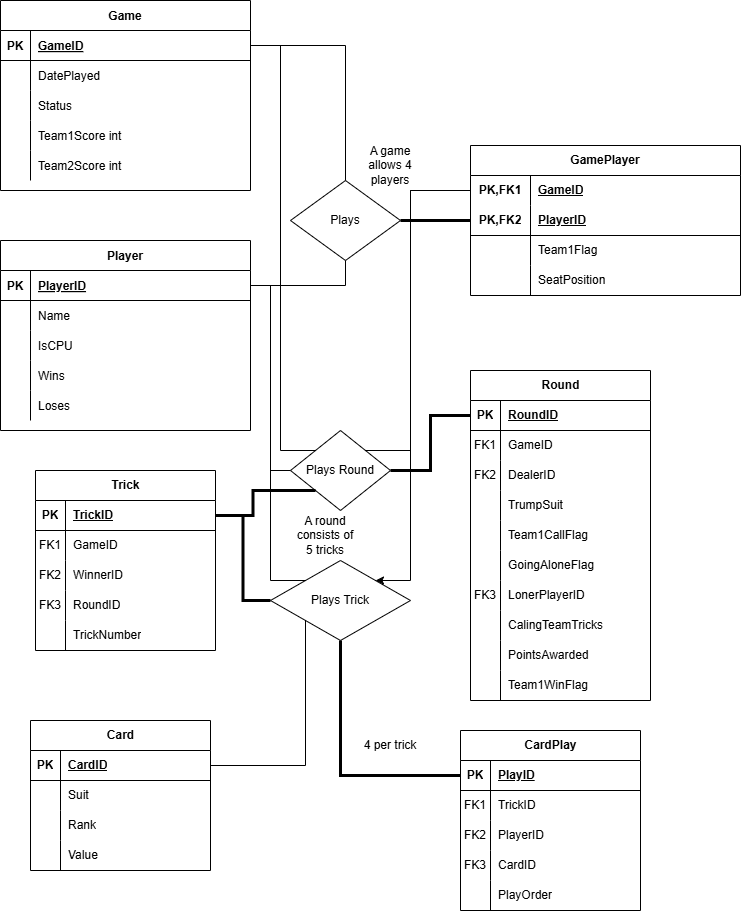
Before: docs/erd_and_schema.png, a diagram exported from draw.io (warrenlc-uc/warrenlc-final-euchre). Source tidied: cells renumbered, new cells last; positions are measured from the earlier drawing's top-left corner, leaving out a move shared by most shapes.
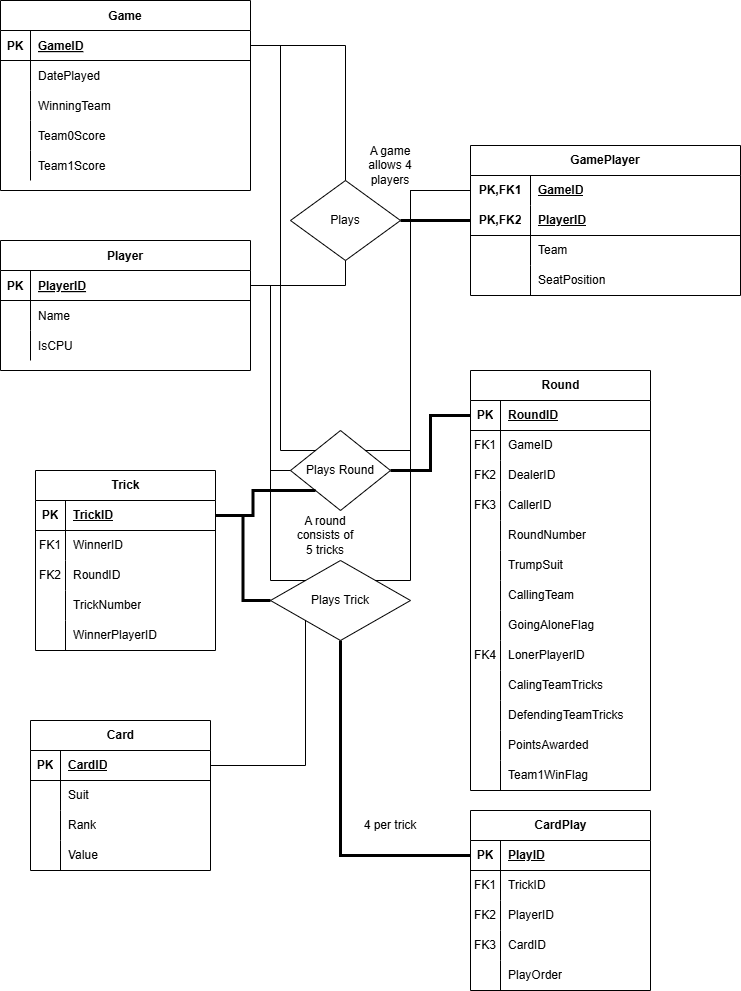
The same diagram one commit later.

Commit message:
Updated ERD and Schema

What changed in the source:
```diff
@@ -3,7 +3,7 @@
     <mxCell id="0" />
     <mxCell id="1" parent="0" />
     <mxCell id="2" value="CardPlay" style="shape=table;startSize=30;rowLines=0;fontStyle=1;align=center;html=1;" parent="1" vertex="1">
-      <mxGeometry x="460" y="730" width="180" height="180" as="geometry" />
+      <mxGeometry x="470" y="810" width="180" height="180" as="geometry" />
     </mxCell>
     <mxCell id="3" style="shape=tableRow;horizontal=0;startSize=0;swimlaneHead=0;swimlaneBody=0;fillColor=none;points=[[0,0.5],[1,0.5]];portConstraint=eastwest;top=0;left=0;right=0;bottom=1;" parent="2" vertex="1">
       <mxGeometry y="30" width="180" height="30" as="geometry" />
@@ -77,7 +77,7 @@
     <mxCell id="26" style="shape=partialRectangle;overflow=hidden;fillColor=none;top=0;left=0;bottom=0;right=0;" parent="25" vertex="1">
       <mxGeometry width="30" height="30" as="geometry" />
     </mxCell>
-    <mxCell id="27" value="Status" style="shape=partialRectangle;overflow=hidden;fillColor=none;top=0;left=0;bottom=0;right=0;align=left;spacingLeft=6;" parent="25" vertex="1">
+    <mxCell id="27" value="WinningTeam" style="shape=partialRectangle;overflow=hidden;fillColor=none;top=0;left=0;bottom=0;right=0;align=left;spacingLeft=6;" parent="25" vertex="1">
       <mxGeometry x="30" width="220" height="30" as="geometry" />
     </mxCell>
     <mxCell id="28" style="shape=partialRectangle;fillColor=none;top=0;left=0;right=0;bottom=0;" parent="18" vertex="1">
@@ -86,7 +86,7 @@
     <mxCell id="29" style="shape=partialRectangle;overflow=hidden;fillColor=none;top=0;left=0;bottom=0;right=0;" parent="28" vertex="1">
       <mxGeometry width="30" height="30" as="geometry" />
     </mxCell>
-    <mxCell id="30" value="Team1Score int" style="shape=partialRectangle;overflow=hidden;fillColor=none;top=0;left=0;bottom=0;right=0;align=left;spacingLeft=6;" parent="28" vertex="1">
+    <mxCell id="30" value="Team0Score" style="shape=partialRectangle;overflow=hidden;fillColor=none;top=0;left=0;bottom=0;right=0;align=left;spacingLeft=6;" parent="28" vertex="1">
       <mxGeometry x="30" width="220" height="30" as="geometry" />
     </mxCell>
     <mxCell id="31" style="shape=partialRectangle;fillColor=none;top=0;left=0;right=0;bottom=0;" parent="18" vertex="1">
@@ -95,11 +95,11 @@
     <mxCell id="32" style="shape=partialRectangle;overflow=hidden;fillColor=none;top=0;left=0;bottom=0;right=0;" parent="31" vertex="1">
       <mxGeometry width="30" height="30" as="geometry" />
     </mxCell>
-    <mxCell id="33" value="Team2Score int" style="shape=partialRectangle;overflow=hidden;fillColor=none;top=0;left=0;bottom=0;right=0;align=left;spacingLeft=6;" parent="31" vertex="1">
+    <mxCell id="33" value="Team1Score" style="shape=partialRectangle;overflow=hidden;fillColor=none;top=0;left=0;bottom=0;right=0;align=left;spacingLeft=6;" parent="31" vertex="1">
       <mxGeometry x="30" width="220" height="30" as="geometry" />
     </mxCell>
     <mxCell id="34" value="Player" style="shape=table;startSize=30;rowLines=0;fontStyle=1;align=center;" parent="1" vertex="1">
-      <mxGeometry y="240" width="250" height="190" as="geometry" />
+      <mxGeometry y="240" width="250" height="130" as="geometry" />
     </mxCell>
     <mxCell id="35" style="shape=partialRectangle;fillColor=none;points=[[0,0.5],[1,0.5]];portConstraint=eastwest;top=0;left=0;right=0;bottom=1;" parent="34" vertex="1">
       <mxGeometry y="30" width="250" height="30" as="geometry" />
@@ -128,24 +128,6 @@
     <mxCell id="43" value="IsCPU" style="shape=partialRectangle;overflow=hidden;fillColor=none;top=0;left=0;bottom=0;right=0;align=left;spacingLeft=6;" parent="41" vertex="1">
       <mxGeometry x="30" width="220" height="30" as="geometry" />
     </mxCell>
-    <mxCell id="44" style="shape=partialRectangle;fillColor=none;top=0;left=0;right=0;bottom=0;" parent="34" vertex="1">
-      <mxGeometry y="120" width="250" height="30" as="geometry" />
-    </mxCell>
-    <mxCell id="45" style="shape=partialRectangle;overflow=hidden;fillColor=none;top=0;left=0;bottom=0;right=0;" parent="44" vertex="1">
-      <mxGeometry width="30" height="30" as="geometry" />
-    </mxCell>
-    <mxCell id="46" value="Wins" style="shape=partialRectangle;overflow=hidden;fillColor=none;top=0;left=0;bottom=0;right=0;align=left;spacingLeft=6;" parent="44" vertex="1">
-      <mxGeometry x="30" width="220" height="30" as="geometry" />
-    </mxCell>
-    <mxCell id="47" style="shape=partialRectangle;fillColor=none;top=0;left=0;right=0;bottom=0;" parent="34" vertex="1">
-      <mxGeometry y="150" width="250" height="30" as="geometry" />
-    </mxCell>
-    <mxCell id="48" style="shape=partialRectangle;overflow=hidden;fillColor=none;top=0;left=0;bottom=0;right=0;" parent="47" vertex="1">
-      <mxGeometry width="30" height="30" as="geometry" />
-    </mxCell>
-    <mxCell id="49" value="Loses" style="shape=partialRectangle;overflow=hidden;fillColor=none;top=0;left=0;bottom=0;right=0;align=left;spacingLeft=6;" parent="47" vertex="1">
-      <mxGeometry x="30" width="220" height="30" as="geometry" />
-    </mxCell>
     <mxCell id="50" value="Trick" style="shape=table;startSize=30;rowLines=0;fontStyle=1;align=center;html=1;" parent="1" vertex="1">
       <mxGeometry x="35" y="470" width="180" height="180" as="geometry" />
     </mxCell>
@@ -158,35 +140,26 @@
     <mxCell id="53" value="TrickID" style="shape=partialRectangle;fillColor=none;top=0;left=0;bottom=0;right=0;align=left;spacingLeft=6;fontStyle=5;overflow=hidden;whiteSpace=wrap;html=1;" parent="51" vertex="1">
       <mxGeometry x="30" width="150" height="30" as="geometry" />
     </mxCell>
-    <mxCell id="54" style="shape=tableRow;horizontal=0;startSize=0;swimlaneHead=0;swimlaneBody=0;fillColor=none;top=0;left=0;right=0;bottom=0;" parent="50" vertex="1">
-      <mxGeometry y="60" width="180" height="30" as="geometry" />
-    </mxCell>
-    <mxCell id="55" value="FK1" style="shape=partialRectangle;fillColor=none;top=0;left=0;bottom=0;right=0;overflow=hidden;whiteSpace=wrap;html=1;" parent="54" vertex="1">
-      <mxGeometry width="30" height="30" as="geometry" />
-    </mxCell>
-    <mxCell id="56" value="GameID" style="shape=partialRectangle;fillColor=none;top=0;left=0;bottom=0;right=0;align=left;spacingLeft=6;overflow=hidden;whiteSpace=wrap;html=1;" parent="54" vertex="1">
-      <mxGeometry x="30" width="150" height="30" as="geometry" />
-    </mxCell>
     <mxCell id="57" style="shape=tableRow;horizontal=0;startSize=0;swimlaneHead=0;swimlaneBody=0;fillColor=none;top=0;left=0;right=0;bottom=0;" parent="50" vertex="1">
-      <mxGeometry y="90" width="180" height="30" as="geometry" />
+      <mxGeometry y="60" width="180" height="30" as="geometry" />
     </mxCell>
-    <mxCell id="58" value="FK2" style="shape=partialRectangle;fillColor=none;top=0;left=0;bottom=0;right=0;overflow=hidden;whiteSpace=wrap;html=1;" parent="57" vertex="1">
+    <mxCell id="58" value="FK1" style="shape=partialRectangle;fillColor=none;top=0;left=0;bottom=0;right=0;overflow=hidden;whiteSpace=wrap;html=1;" parent="57" vertex="1">
       <mxGeometry width="30" height="30" as="geometry" />
     </mxCell>
     <mxCell id="59" value="WinnerID" style="shape=partialRectangle;fillColor=none;top=0;left=0;bottom=0;right=0;align=left;spacingLeft=6;overflow=hidden;whiteSpace=wrap;html=1;" parent="57" vertex="1">
       <mxGeometry x="30" width="150" height="30" as="geometry" />
     </mxCell>
     <mxCell id="60" style="shape=tableRow;horizontal=0;startSize=0;swimlaneHead=0;swimlaneBody=0;fillColor=none;top=0;left=0;right=0;bottom=0;" parent="50" vertex="1">
-      <mxGeometry y="120" width="180" height="30" as="geometry" />
+      <mxGeometry y="90" width="180" height="30" as="geometry" />
     </mxCell>
-    <mxCell id="61" value="FK3" style="shape=partialRectangle;fillColor=none;top=0;left=0;bottom=0;right=0;overflow=hidden;whiteSpace=wrap;html=1;" parent="60" vertex="1">
+    <mxCell id="61" value="FK2" style="shape=partialRectangle;fillColor=none;top=0;left=0;bottom=0;right=0;overflow=hidden;whiteSpace=wrap;html=1;" parent="60" vertex="1">
       <mxGeometry width="30" height="30" as="geometry" />
     </mxCell>
     <mxCell id="62" value="RoundID" style="shape=partialRectangle;fillColor=none;top=0;left=0;bottom=0;right=0;align=left;spacingLeft=6;overflow=hidden;whiteSpace=wrap;html=1;" parent="60" vertex="1">
       <mxGeometry x="30" width="150" height="30" as="geometry" />
     </mxCell>
     <mxCell id="63" style="shape=tableRow;horizontal=0;startSize=0;swimlaneHead=0;swimlaneBody=0;fillColor=none;top=0;left=0;right=0;bottom=0;" parent="50" vertex="1">
-      <mxGeometry y="150" width="180" height="30" as="geometry" />
+      <mxGeometry y="120" width="180" height="30" as="geometry" />
     </mxCell>
     <mxCell id="64" style="shape=partialRectangle;fillColor=none;top=0;left=0;bottom=0;right=0;overflow=hidden;whiteSpace=wrap;html=1;" parent="63" vertex="1">
       <mxGeometry width="30" height="30" as="geometry" />
@@ -194,6 +167,15 @@
     <mxCell id="65" value="TrickNumber" style="shape=partialRectangle;fillColor=none;top=0;left=0;bottom=0;right=0;align=left;spacingLeft=6;overflow=hidden;whiteSpace=wrap;html=1;" parent="63" vertex="1">
       <mxGeometry x="30" width="150" height="30" as="geometry" />
     </mxCell>
+    <mxCell id="142" style="shape=tableRow;horizontal=0;startSize=0;swimlaneHead=0;swimlaneBody=0;fillColor=none;top=0;left=0;right=0;bottom=0;" parent="50" vertex="1">
+      <mxGeometry y="150" width="180" height="30" as="geometry" />
+    </mxCell>
+    <mxCell id="143" style="shape=partialRectangle;fillColor=none;top=0;left=0;bottom=0;right=0;overflow=hidden;whiteSpace=wrap;html=1;" parent="142" vertex="1">
+      <mxGeometry width="30" height="30" as="geometry" />
+    </mxCell>
+    <mxCell id="144" value="WinnerPlayerID" style="shape=partialRectangle;fillColor=none;top=0;left=0;bottom=0;right=0;align=left;spacingLeft=6;overflow=hidden;whiteSpace=wrap;html=1;" parent="142" vertex="1">
+      <mxGeometry x="30" width="150" height="30" as="geometry" />
+    </mxCell>
     <mxCell id="66" value="GamePlayer" style="shape=table;startSize=30;rowLines=0;fontStyle=1;align=center;html=1;whiteSpace=wrap;" parent="1" vertex="1">
       <mxGeometry x="470" y="145" width="270" height="150" as="geometry" />
     </mxCell>
@@ -221,7 +203,7 @@
     <mxCell id="74" style="shape=partialRectangle;fillColor=none;top=0;left=0;bottom=0;right=0;overflow=hidden;html=1;whiteSpace=wrap;" parent="73" vertex="1">
       <mxGeometry width="60" height="30" as="geometry" />
     </mxCell>
-    <mxCell id="75" value="Team1Flag" style="shape=partialRectangle;fillColor=none;top=0;left=0;bottom=0;right=0;align=left;spacingLeft=6;overflow=hidden;html=1;whiteSpace=wrap;" parent="73" vertex="1">
+    <mxCell id="75" value="Team" style="shape=partialRectangle;fillColor=none;top=0;left=0;bottom=0;right=0;align=left;spacingLeft=6;overflow=hidden;html=1;whiteSpace=wrap;" parent="73" vertex="1">
       <mxGeometry x="60" width="210" height="30" as="geometry" />
     </mxCell>
     <mxCell id="76" style="shape=tableRow;horizontal=0;startSize=0;swimlaneHead=0;swimlaneBody=0;fillColor=none;top=0;left=0;right=0;bottom=0;html=1;" parent="66" vertex="1">
@@ -285,7 +267,7 @@
       <mxGeometry relative="1" as="geometry" />
     </mxCell>
     <mxCell id="96" value="Round" style="shape=table;startSize=30;rowLines=0;fontStyle=1;align=center;html=1;" parent="1" vertex="1">
-      <mxGeometry x="470" y="370" width="180" height="330" as="geometry" />
+      <mxGeometry x="470" y="370" width="180" height="420" as="geometry" />
     </mxCell>
     <mxCell id="97" style="shape=tableRow;horizontal=0;startSize=0;swimlaneHead=0;swimlaneBody=0;fillColor=none;points=[[0,0.5],[1,0.5]];portConstraint=eastwest;top=0;left=0;right=0;bottom=1;" parent="96" vertex="1">
       <mxGeometry y="30" width="180" height="30" as="geometry" />
@@ -314,8 +296,26 @@
     <mxCell id="105" value="DealerID" style="shape=partialRectangle;fillColor=none;top=0;left=0;bottom=0;right=0;align=left;spacingLeft=6;overflow=hidden;whiteSpace=wrap;html=1;" parent="103" vertex="1">
       <mxGeometry x="30" width="150" height="30" as="geometry" />
     </mxCell>
+    <mxCell id="145" style="shape=tableRow;horizontal=0;startSize=0;swimlaneHead=0;swimlaneBody=0;fillColor=none;top=0;left=0;right=0;bottom=0;" parent="96" vertex="1">
+      <mxGeometry y="120" width="180" height="30" as="geometry" />
+    </mxCell>
+    <mxCell id="146" value="FK3" style="shape=partialRectangle;fillColor=none;top=0;left=0;bottom=0;right=0;overflow=hidden;whiteSpace=wrap;html=1;" parent="145" vertex="1">
+      <mxGeometry width="30" height="30" as="geometry" />
+    </mxCell>
+    <mxCell id="147" value="CallerID" style="shape=partialRectangle;fillColor=none;top=0;left=0;bottom=0;right=0;align=left;spacingLeft=6;overflow=hidden;whiteSpace=wrap;html=1;" parent="145" vertex="1">
+      <mxGeometry x="30" width="150" height="30" as="geometry" />
+    </mxCell>
+    <mxCell id="148" style="shape=tableRow;horizontal=0;startSize=0;swimlaneHead=0;swimlaneBody=0;fillColor=none;top=0;left=0;right=0;bottom=0;" parent="96" vertex="1">
+      <mxGeometry y="150" width="180" height="30" as="geometry" />
+    </mxCell>
+    <mxCell id="149" style="shape=partialRectangle;fillColor=none;top=0;left=0;bottom=0;right=0;overflow=hidden;whiteSpace=wrap;html=1;" parent="148" vertex="1">
+      <mxGeometry width="30" height="30" as="geometry" />
+    </mxCell>
+    <mxCell id="150" value="RoundNumber" style="shape=partialRectangle;fillColor=none;top=0;left=0;bottom=0;right=0;align=left;spacingLeft=6;overflow=hidden;whiteSpace=wrap;html=1;" parent="148" vertex="1">
+      <mxGeometry x="30" width="150" height="30" as="geometry" />
+    </mxCell>
     <mxCell id="106" style="shape=tableRow;horizontal=0;startSize=0;swimlaneHead=0;swimlaneBody=0;fillColor=none;top=0;left=0;right=0;bottom=0;" parent="96" vertex="1">
-      <mxGeometry y="120" width="180" height="30" as="geometry" />
+      <mxGeometry y="180" width="180" height="30" as="geometry" />
     </mxCell>
     <mxCell id="107" style="shape=partialRectangle;fillColor=none;top=0;left=0;bottom=0;right=0;overflow=hidden;whiteSpace=wrap;html=1;" parent="106" vertex="1">
       <mxGeometry width="30" height="30" as="geometry" />
@@ -324,16 +324,16 @@
       <mxGeometry x="30" width="150" height="30" as="geometry" />
     </mxCell>
     <mxCell id="109" style="shape=tableRow;horizontal=0;startSize=0;swimlaneHead=0;swimlaneBody=0;fillColor=none;top=0;left=0;right=0;bottom=0;" parent="96" vertex="1">
-      <mxGeometry y="150" width="180" height="30" as="geometry" />
+      <mxGeometry y="210" width="180" height="30" as="geometry" />
     </mxCell>
     <mxCell id="110" style="shape=partialRectangle;fillColor=none;top=0;left=0;bottom=0;right=0;overflow=hidden;whiteSpace=wrap;html=1;" parent="109" vertex="1">
       <mxGeometry width="30" height="30" as="geometry" />
     </mxCell>
-    <mxCell id="111" value="Team1CallFlag" style="shape=partialRectangle;fillColor=none;top=0;left=0;bottom=0;right=0;align=left;spacingLeft=6;overflow=hidden;whiteSpace=wrap;html=1;" parent="109" vertex="1">
+    <mxCell id="111" value="CallingTeam" style="shape=partialRectangle;fillColor=none;top=0;left=0;bottom=0;right=0;align=left;spacingLeft=6;overflow=hidden;whiteSpace=wrap;html=1;" parent="109" vertex="1">
       <mxGeometry x="30" width="150" height="30" as="geometry" />
     </mxCell>
     <mxCell id="112" style="shape=tableRow;horizontal=0;startSize=0;swimlaneHead=0;swimlaneBody=0;fillColor=none;top=0;left=0;right=0;bottom=0;" parent="96" vertex="1">
-      <mxGeometry y="180" width="180" height="30" as="geometry" />
+      <mxGeometry y="240" width="180" height="30" as="geometry" />
     </mxCell>
     <mxCell id="113" style="shape=partialRectangle;fillColor=none;top=0;left=0;bottom=0;right=0;overflow=hidden;whiteSpace=wrap;html=1;" parent="112" vertex="1">
       <mxGeometry width="30" height="30" as="geometry" />
@@ -342,16 +342,16 @@
       <mxGeometry x="30" width="150" height="30" as="geometry" />
     </mxCell>
     <mxCell id="115" style="shape=tableRow;horizontal=0;startSize=0;swimlaneHead=0;swimlaneBody=0;fillColor=none;top=0;left=0;right=0;bottom=0;" parent="96" vertex="1">
-      <mxGeometry y="210" width="180" height="30" as="geometry" />
+      <mxGeometry y="270" width="180" height="30" as="geometry" />
     </mxCell>
-    <mxCell id="116" value="FK3" style="shape=partialRectangle;fillColor=none;top=0;left=0;bottom=0;right=0;overflow=hidden;whiteSpace=wrap;html=1;" parent="115" vertex="1">
+    <mxCell id="116" value="FK4" style="shape=partialRectangle;fillColor=none;top=0;left=0;bottom=0;right=0;overflow=hidden;whiteSpace=wrap;html=1;" parent="115" vertex="1">
       <mxGeometry width="30" height="30" as="geometry" />
     </mxCell>
     <mxCell id="117" value="LonerPlayerID" style="shape=partialRectangle;fillColor=none;top=0;left=0;bottom=0;right=0;align=left;spacingLeft=6;overflow=hidden;whiteSpace=wrap;html=1;" parent="115" vertex="1">
       <mxGeometry x="30" width="150" height="30" as="geometry" />
     </mxCell>
     <mxCell id="118" style="shape=tableRow;horizontal=0;startSize=0;swimlaneHead=0;swimlaneBody=0;fillColor=none;top=0;left=0;right=0;bottom=0;" parent="96" vertex="1">
-      <mxGeometry y="240" width="180" height="30" as="geometry" />
+      <mxGeometry y="300" width="180" height="30" as="geometry" />
     </mxCell>
     <mxCell id="119" style="shape=partialRectangle;fillColor=none;top=0;left=0;bottom=0;right=0;overflow=hidden;whiteSpace=wrap;html=1;" parent="118" vertex="1">
       <mxGeometry width="30" height="30" as="geometry" />
@@ -359,8 +359,17 @@
     <mxCell id="120" value="CalingTeamTricks" style="shape=partialRectangle;fillColor=none;top=0;left=0;bottom=0;right=0;align=left;spacingLeft=6;overflow=hidden;whiteSpace=wrap;html=1;" parent="118" vertex="1">
       <mxGeometry x="30" width="150" height="30" as="geometry" />
     </mxCell>
+    <mxCell id="151" style="shape=tableRow;horizontal=0;startSize=0;swimlaneHead=0;swimlaneBody=0;fillColor=none;top=0;left=0;right=0;bottom=0;" parent="96" vertex="1">
+      <mxGeometry y="330" width="180" height="30" as="geometry" />
+    </mxCell>
+    <mxCell id="152" style="shape=partialRectangle;fillColor=none;top=0;left=0;bottom=0;right=0;overflow=hidden;whiteSpace=wrap;html=1;" parent="151" vertex="1">
+      <mxGeometry width="30" height="30" as="geometry" />
+    </mxCell>
+    <mxCell id="153" value="DefendingTeamTricks" style="shape=partialRectangle;fillColor=none;top=0;left=0;bottom=0;right=0;align=left;spacingLeft=6;overflow=hidden;whiteSpace=wrap;html=1;" parent="151" vertex="1">
+      <mxGeometry x="30" width="150" height="30" as="geometry" />
+    </mxCell>
     <mxCell id="121" style="shape=tableRow;horizontal=0;startSize=0;swimlaneHead=0;swimlaneBody=0;fillColor=none;top=0;left=0;right=0;bottom=0;" parent="96" vertex="1">
-      <mxGeometry y="270" width="180" height="30" as="geometry" />
+      <mxGeometry y="360" width="180" height="30" as="geometry" />
     </mxCell>
     <mxCell id="122" style="shape=partialRectangle;fillColor=none;top=0;left=0;bottom=0;right=0;overflow=hidden;whiteSpace=wrap;html=1;" parent="121" vertex="1">
       <mxGeometry width="30" height="30" as="geometry" />
@@ -369,7 +378,7 @@
       <mxGeometry x="30" width="150" height="30" as="geometry" />
     </mxCell>
     <mxCell id="124" style="shape=tableRow;horizontal=0;startSize=0;swimlaneHead=0;swimlaneBody=0;fillColor=none;top=0;left=0;right=0;bottom=0;" parent="96" vertex="1">
-      <mxGeometry y="300" width="180" height="30" as="geometry" />
+      <mxGeometry y="390" width="180" height="30" as="geometry" />
     </mxCell>
     <mxCell id="125" style="shape=partialRectangle;fillColor=none;top=0;left=0;bottom=0;right=0;overflow=hidden;whiteSpace=wrap;html=1;" parent="124" vertex="1">
       <mxGeometry width="30" height="30" as="geometry" />
@@ -432,9 +441,9 @@
       <mxGeometry x="295" y="520" width="60" height="30" as="geometry" />
     </mxCell>
     <mxCell id="140" value="4 per trick" style="text;html=1;whiteSpace=wrap;strokeColor=none;fillColor=none;align=center;verticalAlign=middle;rounded=0;" parent="1" vertex="1">
-      <mxGeometry x="360" y="730" width="60" height="30" as="geometry" />
+      <mxGeometry x="360" y="810" width="60" height="30" as="geometry" />
     </mxCell>
-    <mxCell id="141" style="edgeStyle=orthogonalEdgeStyle;rounded=0;jettySize=auto;html=1;entryX=1;entryY=0;entryDx=0;entryDy=0;" parent="1" edge="1" source="67" target="133">
+    <mxCell id="141" style="edgeStyle=orthogonalEdgeStyle;rounded=0;jettySize=auto;html=1;entryX=1;entryY=0;entryDx=0;entryDy=0;endArrow=none;endFill=0;" parent="1" edge="1" source="67" target="133">
       <mxGeometry relative="1" as="geometry">
         <Array as="points">
           <mxPoint x="410" y="190" />
```
